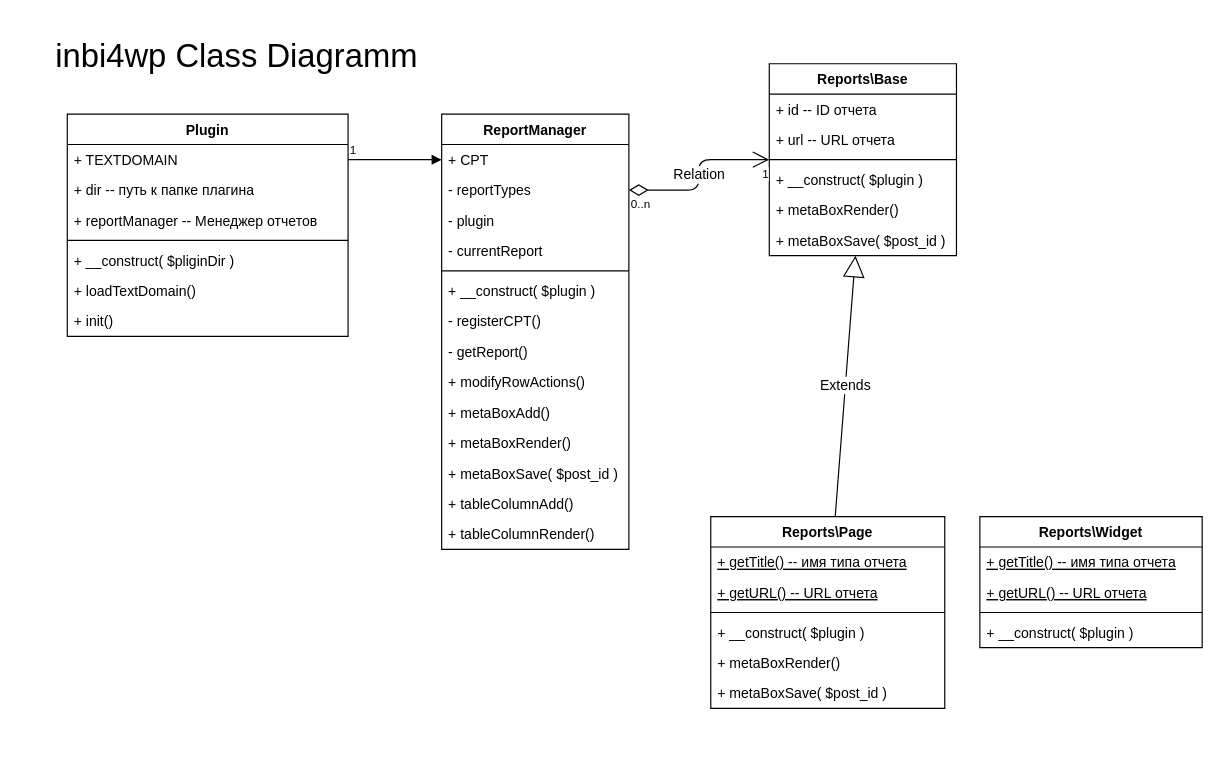
Earlier version of the draw.io diagram docs/inbi4wp-class-diagramm.drawio (ivannikitin-com/inbi4wp). Source tidied: cells renumbered, new cells numbered last; positions are measured from the earlier drawing's top-left corner, leaving out a move shared by most shapes. Both pictures are drawn from the tidied source at 117%, with x=0, y=0 at pixel (20, 20).
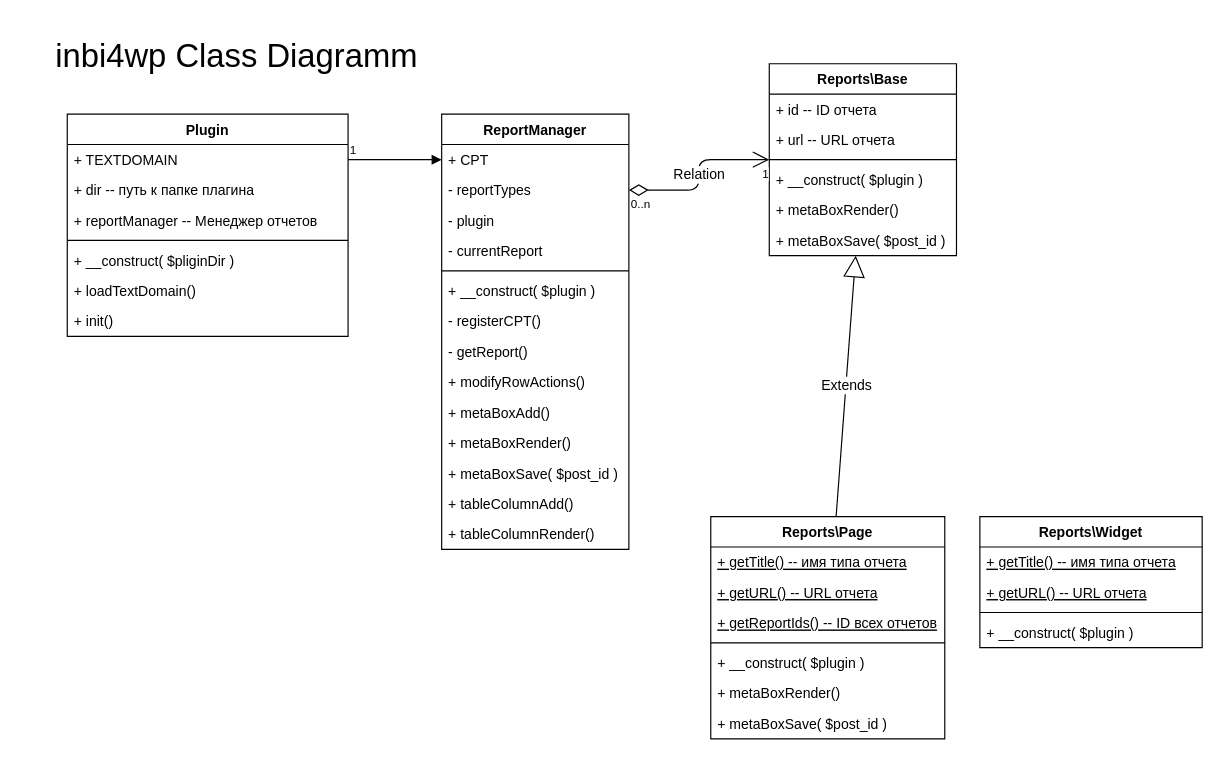
After the change.

What changed in the source:
```diff
@@
     <mxCell id="35" value="Reports\Page" style="swimlane;fontStyle=1;align=center;verticalAlign=top;horizontal=1;startSize=26;fontSize=12;" parent="1" vertex="1">
-      <mxGeometry x="590" y="424" width="200" height="164" as="geometry" />
+      <mxGeometry x="590" y="424" width="200" height="190" as="geometry" />
     </mxCell>
@@
+    <mxCell id="51" value="+ getReportIds() -- ID всех отчетов" style="text;strokeColor=none;fillColor=none;align=left;verticalAlign=top;spacingLeft=4;spacingRight=4;overflow=hidden;fontStyle=4;" parent="35" vertex="1">
+      <mxGeometry y="78" width="200" height="26" as="geometry" />
+    </mxCell>
     <mxCell id="38" style="line;strokeWidth=1;fillColor=none;align=left;verticalAlign=middle;spacingTop=-1;spacingLeft=3;spacingRight=3;labelPosition=right;" parent="35" vertex="1">
-      <mxGeometry y="78" width="200" height="8" as="geometry" />
+      <mxGeometry y="104" width="200" height="8" as="geometry" />
     </mxCell>
     <mxCell id="39" value="+ __construct( $plugin )&#10;" style="text;strokeColor=none;fillColor=none;align=left;verticalAlign=top;spacingLeft=4;spacingRight=4;overflow=hidden;" parent="35" vertex="1">
-      <mxGeometry y="86" width="200" height="26" as="geometry" />
+      <mxGeometry y="112" width="200" height="26" as="geometry" />
     </mxCell>
     <mxCell id="40" value="+ metaBoxRender()&#10;" style="text;strokeColor=none;fillColor=none;align=left;verticalAlign=top;spacingLeft=4;spacingRight=4;overflow=hidden;" parent="35" vertex="1">
-      <mxGeometry y="112" width="200" height="26" as="geometry" />
+      <mxGeometry y="138" width="200" height="26" as="geometry" />
     </mxCell>
     <mxCell id="41" value="+ metaBoxSave( $post_id )&#10;" style="text;strokeColor=none;fillColor=none;align=left;verticalAlign=top;spacingLeft=4;spacingRight=4;overflow=hidden;" parent="35" vertex="1">
-      <mxGeometry y="138" width="200" height="26" as="geometry" />
+      <mxGeometry y="164" width="200" height="26" as="geometry" />
     </mxCell>
```
